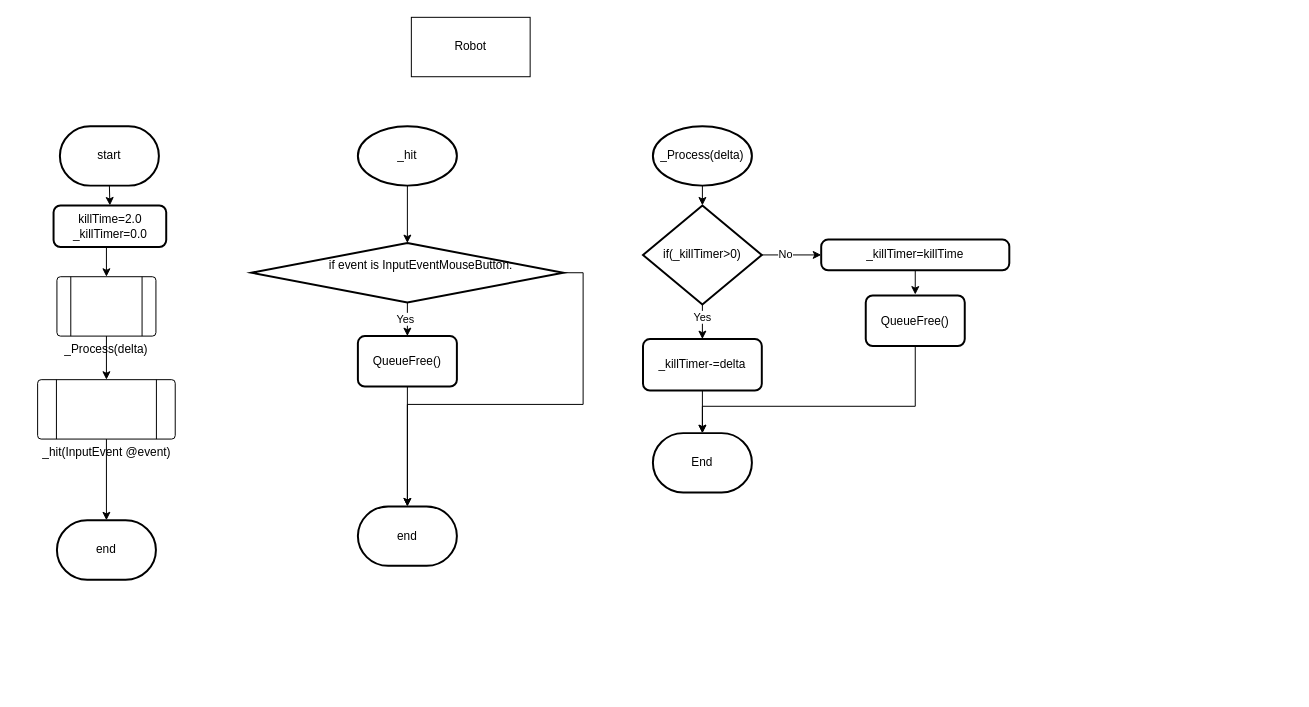
Before: whack-a-robot/Robot/robot flowchart.drawio in BHASVIC-Kasper25/Whack-a-Robot, a draw.io diagram. Source tidied: cells renumbered, new cells numbered last; positions are measured from the earlier drawing's top-left corner, leaving out a move shared by most shapes. Both pictures are drawn from the tidied source at 99%, with x=0, y=0 at pixel (37, 17).
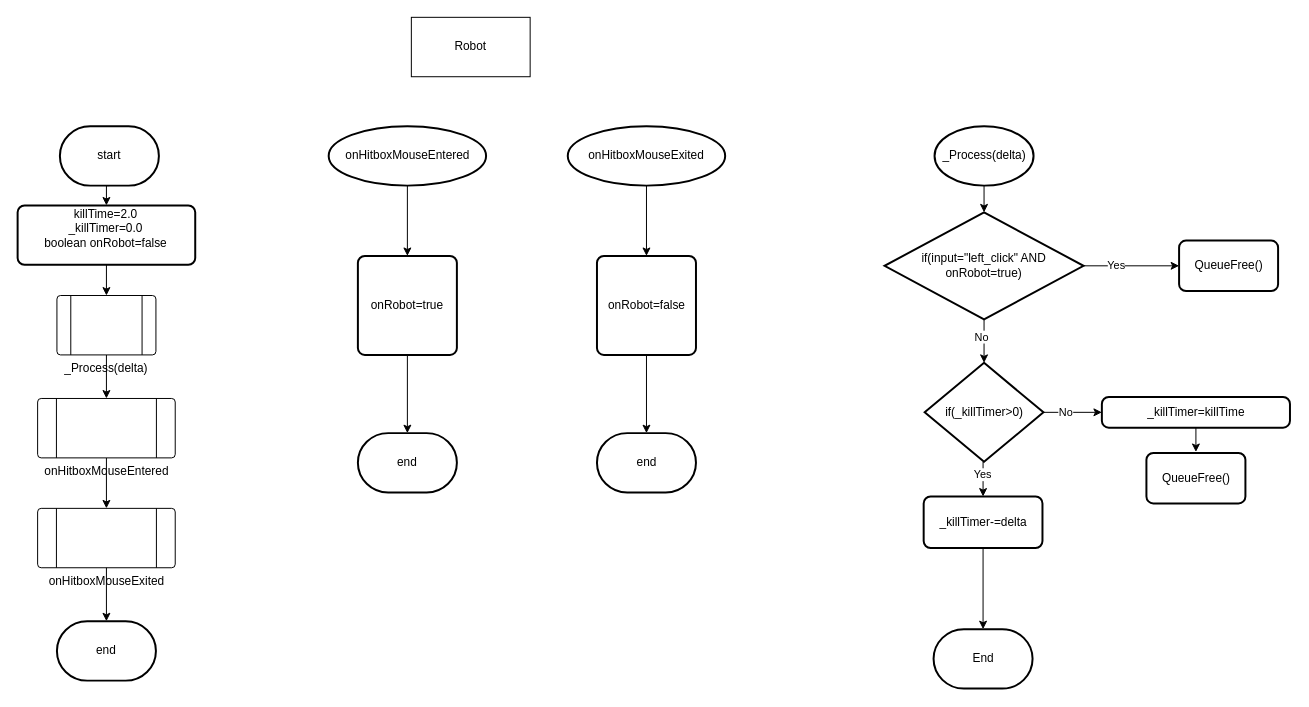
The same page after the edit.

Diff of the diagram source:
```diff
@@
     <mxCell id="5" value="end" style="strokeWidth=2;html=1;shape=mxgraph.flowchart.terminator;whiteSpace=wrap;" parent="1" vertex="1">
-      <mxGeometry x="20" y="508" width="100" height="60" as="geometry" />
+      <mxGeometry x="20" y="610" width="100" height="60" as="geometry" />
     </mxCell>
+    <mxCell id="35" style="edgeStyle=orthogonalEdgeStyle;rounded=0;jettySize=auto;html=1;exitX=0.5;exitY=1;exitDx=0;exitDy=0;entryX=0.5;entryY=0;entryDx=0;entryDy=0;" parent="1" edge="1" source="6" target="49">
+      <mxGeometry relative="1" as="geometry" />
+    </mxCell>
-    <mxCell id="6" value="_hit(InputEvent @event)" style="verticalLabelPosition=bottom;verticalAlign=top;html=1;shape=process;whiteSpace=wrap;rounded=1;size=0.14;arcSize=6;" parent="1" vertex="1">
-      <mxGeometry x="0.5" y="366" width="139" height="60" as="geometry" />
+    <mxCell id="6" value="onHitboxMouseEntered" style="verticalLabelPosition=bottom;verticalAlign=top;html=1;shape=process;whiteSpace=wrap;rounded=1;size=0.14;arcSize=6;" parent="1" vertex="1">
+      <mxGeometry x="0.5" y="385" width="139" height="60" as="geometry" />
     </mxCell>
+    <mxCell id="36" style="edgeStyle=orthogonalEdgeStyle;rounded=0;jettySize=auto;html=1;exitX=0.5;exitY=1;exitDx=0;exitDy=0;exitPerimeter=0;entryX=0.5;entryY=0;entryDx=0;entryDy=0;" parent="1" edge="1" source="7" target="37">
+      <mxGeometry relative="1" as="geometry" />
+    </mxCell>
-    <mxCell id="7" value="_hit" style="strokeWidth=2;html=1;shape=mxgraph.flowchart.start_1;whiteSpace=wrap;" parent="1" vertex="1">
-      <mxGeometry x="324" y="110" width="100" height="60" as="geometry" />
+    <mxCell id="7" value="onHitboxMouseEntered" style="strokeWidth=2;html=1;shape=mxgraph.flowchart.start_1;whiteSpace=wrap;" parent="1" vertex="1">
+      <mxGeometry x="294.5" y="110" width="159" height="60" as="geometry" />
     </mxCell>
-    <mxCell id="8" style="edgeStyle=orthogonalEdgeStyle;rounded=0;jettySize=auto;html=1;exitX=0.5;exitY=1;exitDx=0;exitDy=0;exitPerimeter=0;entryX=0.5;entryY=0;entryDx=0;entryDy=0;" parent="1" edge="1" source="10" target="11">
-      <mxGeometry relative="1" as="geometry" />
-    </mxCell>
-    <mxCell id="9" value="Yes" style="edgeLabel;html=1;align=center;verticalAlign=middle;" parent="8" vertex="1">
-      <mxGeometry x="-0.06" y="-3" relative="1" as="geometry" />
-    </mxCell>
-    <mxCell id="10" value="&lt;div&gt;&lt;span style=&quot;white-space: normal;&quot;&gt;&lt;span style=&quot;white-space:pre&quot;&gt;&#9;&lt;/span&gt;if event is InputEventMouseButton:&lt;/span&gt;&lt;/div&gt;&lt;div&gt;&lt;br&gt;&lt;/div&gt;" style="strokeWidth=2;html=1;shape=mxgraph.flowchart.decision;whiteSpace=wrap;" parent="1" vertex="1">
-      <mxGeometry x="216.5" y="228" width="315" height="60" as="geometry" />
-    </mxCell>
-    <mxCell id="11" value="QueueFree()" style="rounded=1;whiteSpace=wrap;html=1;absoluteArcSize=1;arcSize=14;strokeWidth=2;" parent="1" vertex="1">
-      <mxGeometry x="324" y="322" width="100" height="51" as="geometry" />
-    </mxCell>
     <mxCell id="12" value="end" style="strokeWidth=2;html=1;shape=mxgraph.flowchart.terminator;whiteSpace=wrap;" parent="1" vertex="1">
-      <mxGeometry x="324" y="494" width="100" height="60" as="geometry" />
+      <mxGeometry x="324" y="420" width="100" height="60" as="geometry" />
     </mxCell>
-    <mxCell id="13" style="edgeStyle=orthogonalEdgeStyle;rounded=0;jettySize=auto;html=1;exitX=0.5;exitY=1;exitDx=0;exitDy=0;entryX=0.5;entryY=0;entryDx=0;entryDy=0;entryPerimeter=0;" parent="1" edge="1" source="11" target="12">
-      <mxGeometry relative="1" as="geometry" />
-    </mxCell>
-    <mxCell id="14" style="edgeStyle=orthogonalEdgeStyle;rounded=0;jettySize=auto;html=1;exitX=0.5;exitY=1;exitDx=0;exitDy=0;exitPerimeter=0;entryX=0.5;entryY=0;entryDx=0;entryDy=0;entryPerimeter=0;" parent="1" edge="1" source="7" target="10">
-      <mxGeometry relative="1" as="geometry" />
-    </mxCell>
     <mxCell id="15" value="_Process(delta)" style="strokeWidth=2;html=1;shape=mxgraph.flowchart.start_1;whiteSpace=wrap;" parent="1" vertex="1">
-      <mxGeometry x="622" y="110" width="100" height="60" as="geometry" />
+      <mxGeometry x="906.5" y="110" width="100" height="60" as="geometry" />
     </mxCell>
@@
     <mxCell id="20" value="if(_killTimer&amp;gt;0)" style="strokeWidth=2;html=1;shape=mxgraph.flowchart.decision;whiteSpace=wrap;" parent="1" vertex="1">
-      <mxGeometry x="612" y="190" width="120" height="100" as="geometry" />
+      <mxGeometry x="896.5" y="349" width="120" height="100" as="geometry" />
     </mxCell>
+    <mxCell id="26" style="edgeStyle=orthogonalEdgeStyle;rounded=0;jettySize=auto;html=1;exitX=0.5;exitY=1;exitDx=0;exitDy=0;" parent="1" edge="1" source="21" target="25">
+      <mxGeometry relative="1" as="geometry" />
+    </mxCell>
     <mxCell id="21" value="_killTimer-=delta" style="rounded=1;whiteSpace=wrap;html=1;absoluteArcSize=1;arcSize=14;strokeWidth=2;" parent="1" vertex="1">
-      <mxGeometry x="612" y="325" width="120" height="52" as="geometry" />
+      <mxGeometry x="895.5" y="484" width="120" height="52" as="geometry" />
     </mxCell>
     <mxCell id="22" style="edgeStyle=orthogonalEdgeStyle;rounded=0;jettySize=auto;html=1;exitX=0.5;exitY=1;exitDx=0;exitDy=0;entryX=0.5;entryY=0;entryDx=0;entryDy=0;" parent="1" edge="1" source="23">
       <mxGeometry relative="1" as="geometry">
-        <mxPoint x="887" y="280" as="targetPoint" />
+        <mxPoint x="1170.5" y="439" as="targetPoint" />
       </mxGeometry>
     </mxCell>
     <mxCell id="23" value="_killTimer=killTime" style="rounded=1;whiteSpace=wrap;html=1;absoluteArcSize=1;arcSize=14;strokeWidth=2;" parent="1" vertex="1">
-      <mxGeometry x="792" y="224.5" width="190" height="31" as="geometry" />
+      <mxGeometry x="1075.5" y="383.5" width="190" height="31" as="geometry" />
     </mxCell>
-    <mxCell id="24" style="edgeStyle=orthogonalEdgeStyle;rounded=0;jettySize=auto;html=1;exitX=0.5;exitY=1;exitDx=0;exitDy=0;exitPerimeter=0;entryX=0.5;entryY=0;entryDx=0;entryDy=0;entryPerimeter=0;" parent="1" edge="1" source="15" target="20">
-      <mxGeometry relative="1" as="geometry" />
-    </mxCell>
     <mxCell id="25" value="End" style="strokeWidth=2;html=1;shape=mxgraph.flowchart.terminator;whiteSpace=wrap;" parent="1" vertex="1">
-      <mxGeometry x="622" y="420" width="100" height="60" as="geometry" />
+      <mxGeometry x="905.5" y="618" width="100" height="60" as="geometry" />
     </mxCell>
-    <mxCell id="26" style="edgeStyle=orthogonalEdgeStyle;rounded=0;jettySize=auto;html=1;exitX=0.5;exitY=1;exitDx=0;exitDy=0;entryX=0.5;entryY=0;entryDx=0;entryDy=0;entryPerimeter=0;" parent="1" edge="1" source="21" target="25">
-      <mxGeometry relative="1" as="geometry" />
-    </mxCell>
@@
-    <mxCell id="28" value="killTime=2.0&lt;div&gt;_killTimer=0.0&lt;/div&gt;" style="rounded=1;whiteSpace=wrap;html=1;absoluteArcSize=1;arcSize=14;strokeWidth=2;" parent="1" vertex="1">
-      <mxGeometry x="16.6" y="190" width="113.8" height="42" as="geometry" />
+    <mxCell id="28" value="killTime=2.0&lt;div&gt;_killTimer=0.0&lt;/div&gt;&lt;div&gt;boolean onRobot=false&lt;/div&gt;&lt;div&gt;&lt;br&gt;&lt;/div&gt;" style="rounded=1;whiteSpace=wrap;html=1;absoluteArcSize=1;arcSize=14;strokeWidth=2;" parent="1" vertex="1">
+      <mxGeometry x="-19.7" y="190" width="179.4" height="60" as="geometry" />
     </mxCell>
@@
     <mxCell id="30" value="_Process(delta)" style="verticalLabelPosition=bottom;verticalAlign=top;html=1;shape=process;whiteSpace=wrap;rounded=1;size=0.14;arcSize=6;" parent="1" vertex="1">
-      <mxGeometry x="20" y="262" width="100" height="60" as="geometry" />
+      <mxGeometry x="20" y="281" width="100" height="60" as="geometry" />
     </mxCell>
     <mxCell id="31" value="QueueFree()" style="rounded=1;whiteSpace=wrap;html=1;absoluteArcSize=1;arcSize=14;strokeWidth=2;" parent="1" vertex="1">
-      <mxGeometry x="837" y="281" width="100" height="51" as="geometry" />
+      <mxGeometry x="1120.5" y="440" width="100" height="51" as="geometry" />
     </mxCell>
-    <mxCell id="32" style="edgeStyle=orthogonalEdgeStyle;rounded=0;jettySize=auto;html=1;exitX=0.5;exitY=1;exitDx=0;exitDy=0;entryX=0.5;entryY=0;entryDx=0;entryDy=0;entryPerimeter=0;" parent="1" edge="1" source="31" target="25">
-      <mxGeometry relative="1" as="geometry">
-        <Array as="points">
-          <mxPoint x="887.1" y="392.9" />
-          <mxPoint x="672" y="392.9" />
-        </Array>
-      </mxGeometry>
-    </mxCell>
-    <mxCell id="33" style="edgeStyle=orthogonalEdgeStyle;rounded=0;jettySize=auto;html=1;exitX=0.5;exitY=1;exitDx=0;exitDy=0;entryX=0.5;entryY=0;entryDx=0;entryDy=0;entryPerimeter=0;" parent="1" edge="1" source="6" target="5">
-      <mxGeometry relative="1" as="geometry" />
-    </mxCell>
-    <mxCell id="34" style="edgeStyle=orthogonalEdgeStyle;rounded=0;jettySize=auto;html=1;exitX=1;exitY=0.5;exitDx=0;exitDy=0;exitPerimeter=0;entryX=0.5;entryY=0;entryDx=0;entryDy=0;entryPerimeter=0;" parent="1" edge="1" source="10" target="12">
-      <mxGeometry relative="1" as="geometry" />
-    </mxCell>
+    <mxCell id="37" value="onRobot=true" style="rounded=1;whiteSpace=wrap;html=1;absoluteArcSize=1;arcSize=14;strokeWidth=2;" parent="1" vertex="1">
+      <mxGeometry x="324" y="241" width="100" height="100" as="geometry" />
+    </mxCell>
+    <mxCell id="38" style="edgeStyle=orthogonalEdgeStyle;rounded=0;jettySize=auto;html=1;exitX=0.5;exitY=1;exitDx=0;exitDy=0;entryX=0.5;entryY=0;entryDx=0;entryDy=0;entryPerimeter=0;" parent="1" edge="1" source="37" target="12">
+      <mxGeometry relative="1" as="geometry" />
+    </mxCell>
+    <mxCell id="39" style="edgeStyle=orthogonalEdgeStyle;rounded=0;jettySize=auto;html=1;exitX=1;exitY=0.5;exitDx=0;exitDy=0;exitPerimeter=0;entryX=0;entryY=0.5;entryDx=0;entryDy=0;" parent="1" edge="1" source="40" target="11">
+      <mxGeometry relative="1" as="geometry" />
+    </mxCell>
+    <mxCell id="9" value="Yes" style="edgeLabel;html=1;align=center;verticalAlign=middle;" parent="39" vertex="1">
+      <mxGeometry x="-0.33" y="1" relative="1" as="geometry" />
+    </mxCell>
+    <mxCell id="40" value="if(input=&quot;left_click&quot; AND onRobot=true)" style="strokeWidth=2;html=1;shape=mxgraph.flowchart.decision;whiteSpace=wrap;" parent="1" vertex="1">
+      <mxGeometry x="856" y="197" width="201" height="108" as="geometry" />
+    </mxCell>
+    <mxCell id="41" style="edgeStyle=orthogonalEdgeStyle;rounded=0;jettySize=auto;html=1;exitX=0.5;exitY=1;exitDx=0;exitDy=0;exitPerimeter=0;entryX=0.5;entryY=0;entryDx=0;entryDy=0;entryPerimeter=0;" parent="1" edge="1" source="15" target="40">
+      <mxGeometry relative="1" as="geometry" />
+    </mxCell>
+    <mxCell id="11" value="QueueFree()" style="rounded=1;whiteSpace=wrap;html=1;absoluteArcSize=1;arcSize=14;strokeWidth=2;" parent="1" vertex="1">
+      <mxGeometry x="1153.5" y="225.5" width="100" height="51" as="geometry" />
+    </mxCell>
+    <mxCell id="42" style="edgeStyle=orthogonalEdgeStyle;rounded=0;jettySize=auto;html=1;exitX=0.5;exitY=1;exitDx=0;exitDy=0;exitPerimeter=0;entryX=0.5;entryY=0;entryDx=0;entryDy=0;entryPerimeter=0;" parent="1" edge="1" source="40" target="20">
+      <mxGeometry relative="1" as="geometry" />
+    </mxCell>
+    <mxCell id="43" value="No" style="edgeLabel;html=1;align=center;verticalAlign=middle;" parent="42" vertex="1">
+      <mxGeometry x="-0.22" y="-3" relative="1" as="geometry" />
+    </mxCell>
+    <mxCell id="44" style="edgeStyle=orthogonalEdgeStyle;rounded=0;jettySize=auto;html=1;exitX=0.5;exitY=1;exitDx=0;exitDy=0;exitPerimeter=0;entryX=0.5;entryY=0;entryDx=0;entryDy=0;" parent="1" edge="1" source="45" target="47">
+      <mxGeometry relative="1" as="geometry" />
+    </mxCell>
+    <mxCell id="45" value="onHitboxMouseExited" style="strokeWidth=2;html=1;shape=mxgraph.flowchart.start_1;whiteSpace=wrap;" parent="1" vertex="1">
+      <mxGeometry x="536" y="110" width="159" height="60" as="geometry" />
+    </mxCell>
+    <mxCell id="46" value="end" style="strokeWidth=2;html=1;shape=mxgraph.flowchart.terminator;whiteSpace=wrap;" parent="1" vertex="1">
+      <mxGeometry x="565.5" y="420" width="100" height="60" as="geometry" />
+    </mxCell>
+    <mxCell id="47" value="onRobot=false" style="rounded=1;whiteSpace=wrap;html=1;absoluteArcSize=1;arcSize=14;strokeWidth=2;" parent="1" vertex="1">
+      <mxGeometry x="565.5" y="241" width="100" height="100" as="geometry" />
+    </mxCell>
+    <mxCell id="48" style="edgeStyle=orthogonalEdgeStyle;rounded=0;jettySize=auto;html=1;exitX=0.5;exitY=1;exitDx=0;exitDy=0;entryX=0.5;entryY=0;entryDx=0;entryDy=0;entryPerimeter=0;" parent="1" edge="1" source="47" target="46">
+      <mxGeometry relative="1" as="geometry" />
+    </mxCell>
+    <mxCell id="49" value="onHitboxMouseExited" style="verticalLabelPosition=bottom;verticalAlign=top;html=1;shape=process;whiteSpace=wrap;rounded=1;size=0.14;arcSize=6;" parent="1" vertex="1">
+      <mxGeometry x="0.5" y="496" width="139" height="60" as="geometry" />
+    </mxCell>
+    <mxCell id="50" style="edgeStyle=orthogonalEdgeStyle;rounded=0;jettySize=auto;html=1;exitX=0.5;exitY=1;exitDx=0;exitDy=0;entryX=0.5;entryY=0;entryDx=0;entryDy=0;entryPerimeter=0;" parent="1" edge="1" source="49" target="5">
+      <mxGeometry relative="1" as="geometry" />
+    </mxCell>
```
